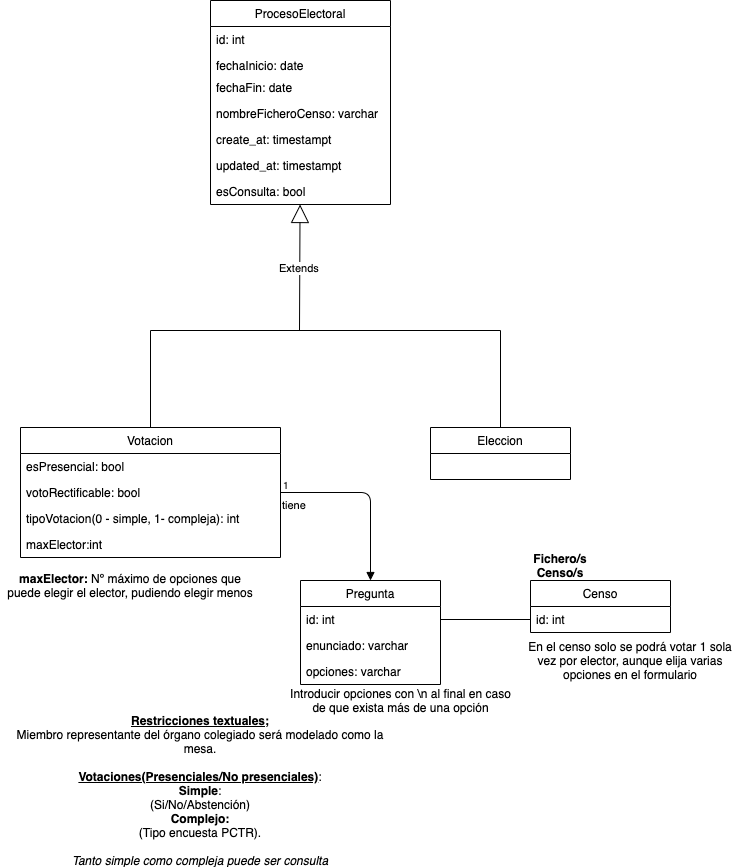
Above: Análisis/diagramabd_votaciones.png in SalkerAG/Votaciones-Pinf-20 (draw.io), before the change. Source tidied: cells renumbered, new cells last; positions are measured from the earlier drawing's top-left corner, leaving out a move shared by most shapes. Its diagram source:
```xml
<mxGraphModel>
  <root>
    <mxCell id="0" />
    <mxCell id="1" parent="0" />
    <mxCell id="2" value="ProcesoElectoral" style="swimlane;fontStyle=0;horizontal=1;startSize=26;fillColor=none;" parent="1" vertex="1">
      <mxGeometry x="210" width="180" height="204" as="geometry" />
    </mxCell>
    <mxCell id="3" value="id: int" style="text;strokeColor=none;fillColor=none;align=left;verticalAlign=top;spacingLeft=4;spacingRight=4;overflow=hidden;" parent="2" vertex="1">
      <mxGeometry y="26" width="180" height="26" as="geometry" />
    </mxCell>
    <mxCell id="4" value="fechaInicio: date" style="text;strokeColor=none;fillColor=none;align=left;verticalAlign=top;spacingLeft=4;spacingRight=4;overflow=hidden;" parent="2" vertex="1">
      <mxGeometry y="52" width="180" height="22" as="geometry" />
    </mxCell>
    <mxCell id="5" value="fechaFin: date" style="text;strokeColor=none;fillColor=none;align=left;verticalAlign=top;spacingLeft=4;spacingRight=4;overflow=hidden;" parent="2" vertex="1">
      <mxGeometry y="74" width="180" height="26" as="geometry" />
    </mxCell>
    <mxCell id="6" value="nombreFicheroCenso: varchar" style="text;strokeColor=none;fillColor=none;align=left;verticalAlign=top;spacingLeft=4;spacingRight=4;overflow=hidden;" parent="2" vertex="1">
      <mxGeometry y="100" width="180" height="26" as="geometry" />
    </mxCell>
    <mxCell id="7" value="create_at: timestampt" style="text;strokeColor=none;fillColor=none;align=left;verticalAlign=top;spacingLeft=4;spacingRight=4;overflow=hidden;" parent="2" vertex="1">
      <mxGeometry y="126" width="180" height="26" as="geometry" />
    </mxCell>
    <mxCell id="8" value="updated_at: timestampt" style="text;strokeColor=none;fillColor=none;align=left;verticalAlign=top;spacingLeft=4;spacingRight=4;overflow=hidden;" parent="2" vertex="1">
      <mxGeometry y="152" width="180" height="26" as="geometry" />
    </mxCell>
    <mxCell id="9" value="esConsulta: bool" style="text;strokeColor=none;fillColor=none;align=left;verticalAlign=top;spacingLeft=4;spacingRight=4;overflow=hidden;" parent="2" vertex="1">
      <mxGeometry y="178" width="180" height="26" as="geometry" />
    </mxCell>
    <mxCell id="10" value="Extends" style="endArrow=block;endSize=16;endFill=0;html=1;" parent="1" edge="1" target="2">
      <mxGeometry relative="1" as="geometry">
        <mxPoint x="299" y="330" as="sourcePoint" />
      </mxGeometry>
    </mxCell>
    <mxCell id="11" style="endArrow=none;html=1;" parent="1" edge="1">
      <mxGeometry relative="1" as="geometry">
        <mxPoint x="150" y="330" as="sourcePoint" />
        <mxPoint x="500" y="330" as="targetPoint" />
      </mxGeometry>
    </mxCell>
    <mxCell id="12" style="endArrow=none;html=1;exitX=0.5;exitY=0;exitDx=0;exitDy=0;" parent="1" edge="1" source="14">
      <mxGeometry relative="1" as="geometry">
        <mxPoint x="150" y="330" as="targetPoint" />
      </mxGeometry>
    </mxCell>
    <mxCell id="13" style="endArrow=none;html=1;exitX=0.5;exitY=0;exitDx=0;exitDy=0;" parent="1" edge="1" source="19">
      <mxGeometry relative="1" as="geometry">
        <mxPoint x="500" y="330" as="targetPoint" />
      </mxGeometry>
    </mxCell>
    <mxCell id="14" value="Votacion" style="swimlane;fontStyle=0;horizontal=1;startSize=26;fillColor=none;" parent="1" vertex="1">
      <mxGeometry x="20" y="427" width="260" height="130" as="geometry" />
    </mxCell>
    <mxCell id="15" value="esPresencial: bool" style="text;strokeColor=none;fillColor=none;align=left;verticalAlign=top;spacingLeft=4;spacingRight=4;overflow=hidden;" parent="14" vertex="1">
      <mxGeometry y="26" width="260" height="26" as="geometry" />
    </mxCell>
    <mxCell id="16" value="votoRectificable: bool" style="text;strokeColor=none;fillColor=none;align=left;verticalAlign=top;spacingLeft=4;spacingRight=4;overflow=hidden;" parent="14" vertex="1">
      <mxGeometry y="52" width="260" height="26" as="geometry" />
    </mxCell>
    <mxCell id="17" value="tipoVotacion(0 - simple, 1- compleja): int&#10;" style="text;strokeColor=none;fillColor=none;align=left;verticalAlign=top;spacingLeft=4;spacingRight=4;overflow=hidden;" parent="14" vertex="1">
      <mxGeometry y="78" width="260" height="26" as="geometry" />
    </mxCell>
    <mxCell id="18" value="maxElector:int" style="text;strokeColor=none;fillColor=none;align=left;verticalAlign=top;spacingLeft=4;spacingRight=4;overflow=hidden;" parent="14" vertex="1">
      <mxGeometry y="104" width="260" height="26" as="geometry" />
    </mxCell>
    <mxCell id="19" value="Eleccion" style="swimlane;fontStyle=0;horizontal=1;startSize=26;fillColor=none;" parent="1" vertex="1">
      <mxGeometry x="430" y="427" width="140" height="52" as="geometry" />
    </mxCell>
    <mxCell id="20" value="Pregunta" style="swimlane;fontStyle=0;horizontal=1;startSize=26;fillColor=none;" parent="1" vertex="1">
      <mxGeometry x="300" y="580" width="140" height="104" as="geometry" />
    </mxCell>
    <mxCell id="21" value="id: int" style="text;strokeColor=none;fillColor=none;align=left;verticalAlign=top;spacingLeft=4;spacingRight=4;overflow=hidden;points=[[0,0.5],[1,0.5]];portConstraint=eastwest;" parent="20" vertex="1">
      <mxGeometry y="26" width="140" height="26" as="geometry" />
    </mxCell>
    <mxCell id="22" value="enunciado: varchar" style="text;strokeColor=none;fillColor=none;align=left;verticalAlign=top;spacingLeft=4;spacingRight=4;overflow=hidden;" parent="20" vertex="1">
      <mxGeometry y="52" width="140" height="26" as="geometry" />
    </mxCell>
    <mxCell id="23" value="opciones: varchar" style="text;strokeColor=none;fillColor=none;align=left;verticalAlign=top;spacingLeft=4;spacingRight=4;overflow=hidden;" parent="20" vertex="1">
      <mxGeometry y="78" width="140" height="26" as="geometry" />
    </mxCell>
    <mxCell id="24" value="tiene" style="endArrow=block;endFill=1;html=1;edgeStyle=orthogonalEdgeStyle;align=left;verticalAlign=top;" parent="1" edge="1" source="14" target="20">
      <mxGeometry x="-1" relative="1" as="geometry" />
    </mxCell>
    <mxCell id="25" value="1" style="html=1;align=left;verticalAlign=bottom;labelBackgroundColor=#ffffff;fontSize=10;" parent="24" vertex="1">
      <mxGeometry x="-1" relative="1" as="geometry" />
    </mxCell>
    <mxCell id="26" value="Censo" style="swimlane;fontStyle=0;horizontal=1;startSize=26;fillColor=none;" parent="1" vertex="1">
      <mxGeometry x="530" y="580" width="140" height="52" as="geometry" />
    </mxCell>
    <mxCell id="27" value="id: int" style="text;strokeColor=none;fillColor=none;align=left;verticalAlign=top;spacingLeft=4;spacingRight=4;overflow=hidden;points=[[0,0.5],[1,0.5]];portConstraint=eastwest;" parent="26" vertex="1">
      <mxGeometry y="26" width="140" height="26" as="geometry" />
    </mxCell>
    <mxCell id="28" style="endArrow=none;html=1;entryX=0;entryY=0.5;entryDx=0;entryDy=0;exitX=1;exitY=0.5;exitDx=0;exitDy=0;" parent="1" edge="1" source="21" target="27">
      <mxGeometry relative="1" as="geometry" />
    </mxCell>
    <mxCell id="29" value="&lt;u&gt;&lt;b&gt;Restricciones textuales;&lt;/b&gt;&lt;/u&gt;&lt;br&gt;Miembro representante del órgano colegiado será modelado como la mesa.&lt;br&gt;&lt;br&gt;&lt;b&gt;&lt;u&gt;Votaciones(Presenciales/No presenciales)&lt;/u&gt;&lt;/b&gt;:&lt;br&gt;&lt;b&gt;Simple&lt;/b&gt;:&lt;br&gt;(Si/No/Abstención)&lt;br&gt;&lt;b&gt;Complejo:&lt;/b&gt;&lt;br&gt;(Tipo encuesta PCTR).&lt;br&gt;&lt;br&gt;&lt;i&gt;Tanto simple como compleja puede ser consulta&lt;/i&gt;" style="text;html=1;strokeColor=none;fillColor=none;align=center;verticalAlign=middle;whiteSpace=wrap;rounded=0;" parent="1" vertex="1">
      <mxGeometry y="780" width="400" height="20" as="geometry" />
    </mxCell>
    <mxCell id="30" value="&lt;b&gt;Fichero/s Censo/s&lt;/b&gt;" style="text;html=1;strokeColor=none;fillColor=none;align=center;verticalAlign=middle;whiteSpace=wrap;rounded=0;" parent="1" vertex="1">
      <mxGeometry x="540" y="555" width="40" height="20" as="geometry" />
    </mxCell>
    <mxCell id="31" value="En el censo solo se podrá votar 1 sola vez por elector, aunque elija varias&lt;br&gt;opciones en el formulario" style="text;html=1;strokeColor=none;fillColor=none;align=center;verticalAlign=middle;whiteSpace=wrap;rounded=0;" parent="1" vertex="1">
      <mxGeometry x="520" y="650" width="220" height="20" as="geometry" />
    </mxCell>
    <mxCell id="32" value="Introducir opciones con \n al final en caso&lt;br&gt;de que exista más de una opción" style="text;html=1;strokeColor=none;fillColor=none;align=center;verticalAlign=middle;whiteSpace=wrap;rounded=0;" parent="1" vertex="1">
      <mxGeometry x="251.5" y="690" width="297" height="20" as="geometry" />
    </mxCell>
    <mxCell id="33" value="&lt;b&gt;maxElector:&lt;/b&gt; Nº máximo de opciones que puede elegir el elector, pudiendo elegir menos" style="text;html=1;strokeColor=none;fillColor=none;align=center;verticalAlign=middle;whiteSpace=wrap;rounded=0;" parent="1" vertex="1">
      <mxGeometry y="575" width="260" height="20" as="geometry" />
    </mxCell>
  </root>
</mxGraphModel>
```
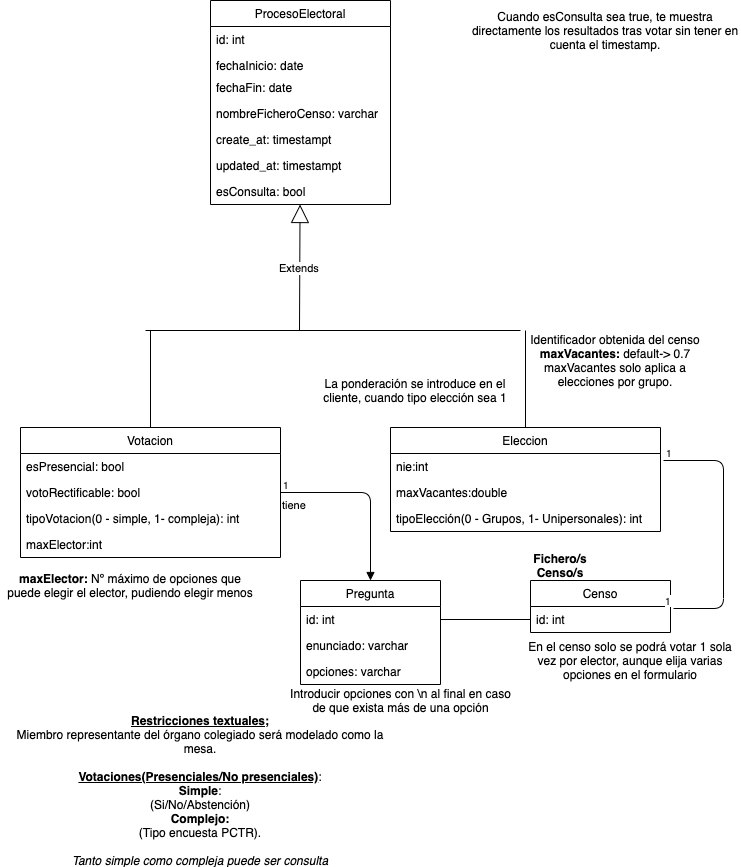
Later version of the same file.

The edit, as a diff of the source:
```diff
@@ -33,8 +33,8 @@
     </mxCell>
     <mxCell id="11" style="endArrow=none;html=1;" parent="1" edge="1">
       <mxGeometry relative="1" as="geometry">
-        <mxPoint x="150" y="330" as="sourcePoint" />
-        <mxPoint x="500" y="330" as="targetPoint" />
+        <mxPoint x="145" y="330" as="sourcePoint" />
+        <mxPoint x="520" y="330" as="targetPoint" />
       </mxGeometry>
     </mxCell>
     <mxCell id="12" style="endArrow=none;html=1;exitX=0.5;exitY=0;exitDx=0;exitDy=0;" parent="1" edge="1" source="14">
@@ -44,7 +44,7 @@
     </mxCell>
     <mxCell id="13" style="endArrow=none;html=1;exitX=0.5;exitY=0;exitDx=0;exitDy=0;" parent="1" edge="1" source="19">
       <mxGeometry relative="1" as="geometry">
-        <mxPoint x="500" y="330" as="targetPoint" />
+        <mxPoint x="525" y="330" as="targetPoint" />
       </mxGeometry>
     </mxCell>
     <mxCell id="14" value="Votacion" style="swimlane;fontStyle=0;horizontal=1;startSize=26;fillColor=none;" parent="1" vertex="1">
@@ -63,8 +63,17 @@
       <mxGeometry y="104" width="260" height="26" as="geometry" />
     </mxCell>
     <mxCell id="19" value="Eleccion" style="swimlane;fontStyle=0;horizontal=1;startSize=26;fillColor=none;" parent="1" vertex="1">
-      <mxGeometry x="430" y="427" width="140" height="52" as="geometry" />
+      <mxGeometry x="390" y="427" width="270" height="104" as="geometry" />
     </mxCell>
+    <mxCell id="34" value="nie:int" style="text;strokeColor=none;fillColor=none;align=left;verticalAlign=top;spacingLeft=4;spacingRight=4;overflow=hidden;" parent="19" vertex="1">
+      <mxGeometry y="26" width="270" height="26" as="geometry" />
+    </mxCell>
+    <mxCell id="35" value="maxVacantes:double" style="text;strokeColor=none;fillColor=none;align=left;verticalAlign=top;spacingLeft=4;spacingRight=4;overflow=hidden;" parent="19" vertex="1">
+      <mxGeometry y="52" width="270" height="26" as="geometry" />
+    </mxCell>
+    <mxCell id="36" value="tipoElección(0 - Grupos, 1- Unipersonales): int&#10;" style="text;strokeColor=none;fillColor=none;align=left;verticalAlign=top;spacingLeft=4;spacingRight=4;overflow=hidden;fontStyle=0;" parent="19" vertex="1">
+      <mxGeometry y="78" width="270" height="26" as="geometry" />
+    </mxCell>
     <mxCell id="20" value="Pregunta" style="swimlane;fontStyle=0;horizontal=1;startSize=26;fillColor=none;" parent="1" vertex="1">
       <mxGeometry x="300" y="580" width="140" height="104" as="geometry" />
     </mxCell>
@@ -107,5 +116,30 @@
     <mxCell id="33" value="&lt;b&gt;maxElector:&lt;/b&gt; Nº máximo de opciones que puede elegir el elector, pudiendo elegir menos" style="text;html=1;strokeColor=none;fillColor=none;align=center;verticalAlign=middle;whiteSpace=wrap;rounded=0;" parent="1" vertex="1">
       <mxGeometry y="575" width="260" height="20" as="geometry" />
     </mxCell>
+    <mxCell id="37" style="endArrow=none;html=1;edgeStyle=orthogonalEdgeStyle;entryX=1;entryY=0.077;entryDx=0;entryDy=0;entryPerimeter=0;" parent="1" edge="1">
+      <mxGeometry relative="1" as="geometry">
+        <mxPoint x="663" y="460" as="sourcePoint" />
+        <mxPoint x="673" y="608" as="targetPoint" />
+        <Array as="points">
+          <mxPoint x="723" y="460" />
+          <mxPoint x="723" y="608" />
+        </Array>
+      </mxGeometry>
+    </mxCell>
+    <mxCell id="38" value="1" style="html=1;align=left;verticalAlign=bottom;labelBackgroundColor=#ffffff;fontSize=10;" parent="37" vertex="1">
+      <mxGeometry x="-1" relative="1" as="geometry" />
+    </mxCell>
+    <mxCell id="39" value="1" style="html=1;align=right;verticalAlign=bottom;labelBackgroundColor=#ffffff;fontSize=10;" parent="37" vertex="1">
+      <mxGeometry x="1" relative="1" as="geometry" />
+    </mxCell>
+    <mxCell id="40" value="Identificador obtenida del censo&lt;br&gt;&lt;b&gt;maxVacantes: &lt;/b&gt;default-&amp;gt; 0.7&lt;br&gt;maxVacantes solo aplica a elecciones por grupo." style="text;html=1;strokeColor=none;fillColor=none;align=center;verticalAlign=middle;whiteSpace=wrap;rounded=0;" parent="1" vertex="1">
+      <mxGeometry x="525" y="350" width="180" height="20" as="geometry" />
+    </mxCell>
+    <mxCell id="41" value="La ponderación se introduce en el cliente, cuando tipo elección sea 1" style="text;html=1;strokeColor=none;fillColor=none;align=center;verticalAlign=middle;whiteSpace=wrap;rounded=0;" parent="1" vertex="1">
+      <mxGeometry x="320" y="380" width="190" height="20" as="geometry" />
+    </mxCell>
+    <mxCell id="42" value="Cuando esConsulta sea true, te muestra directamente los resultados tras votar sin tener en cuenta el timestamp." style="text;html=1;strokeColor=none;fillColor=none;align=center;verticalAlign=middle;whiteSpace=wrap;rounded=0;" parent="1" vertex="1">
+      <mxGeometry x="470" y="20" width="270" height="20" as="geometry" />
+    </mxCell>
   </root>
 </mxGraphModel>
```
